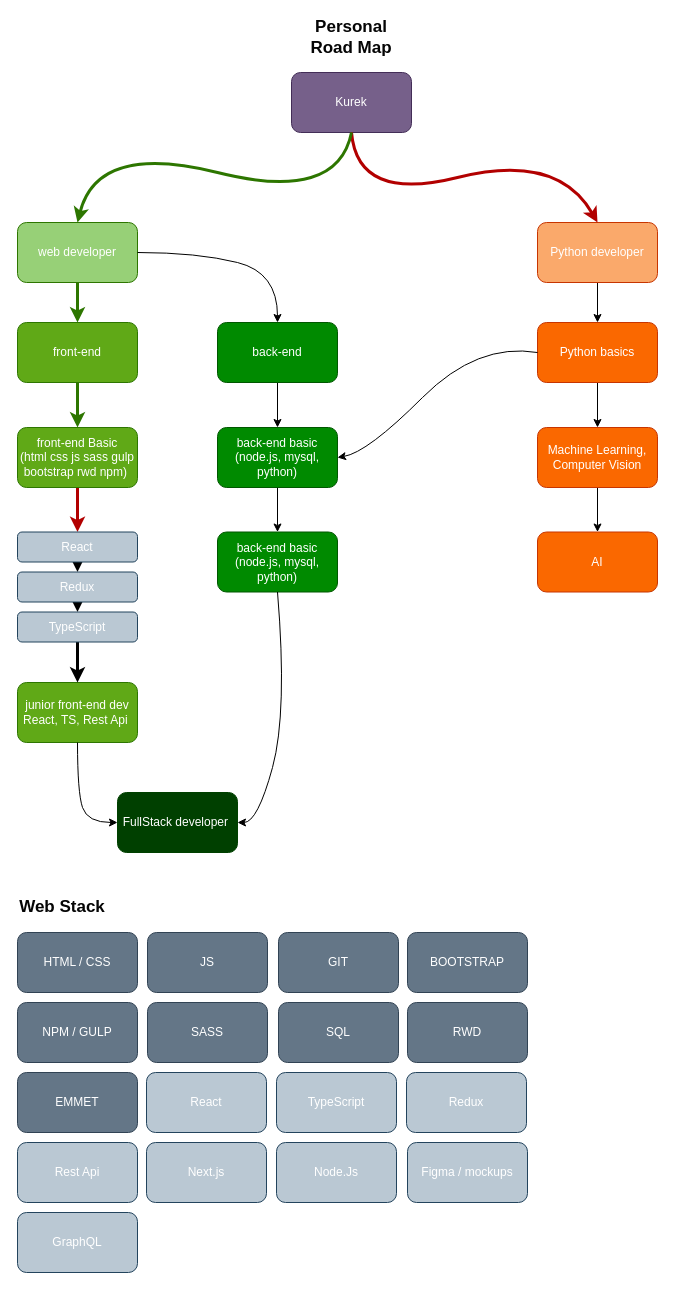
Earlier version of the draw.io diagram Diagram bez tytułu.drawio (TheKureq/TheKureq). Source tidied: cells renumbered, new cells numbered last; positions are measured from the earlier drawing's top-left corner, leaving out a move shared by most shapes. Both pictures are drawn from the tidied source at 100%, with x=0, y=0 at pixel (17, 22).
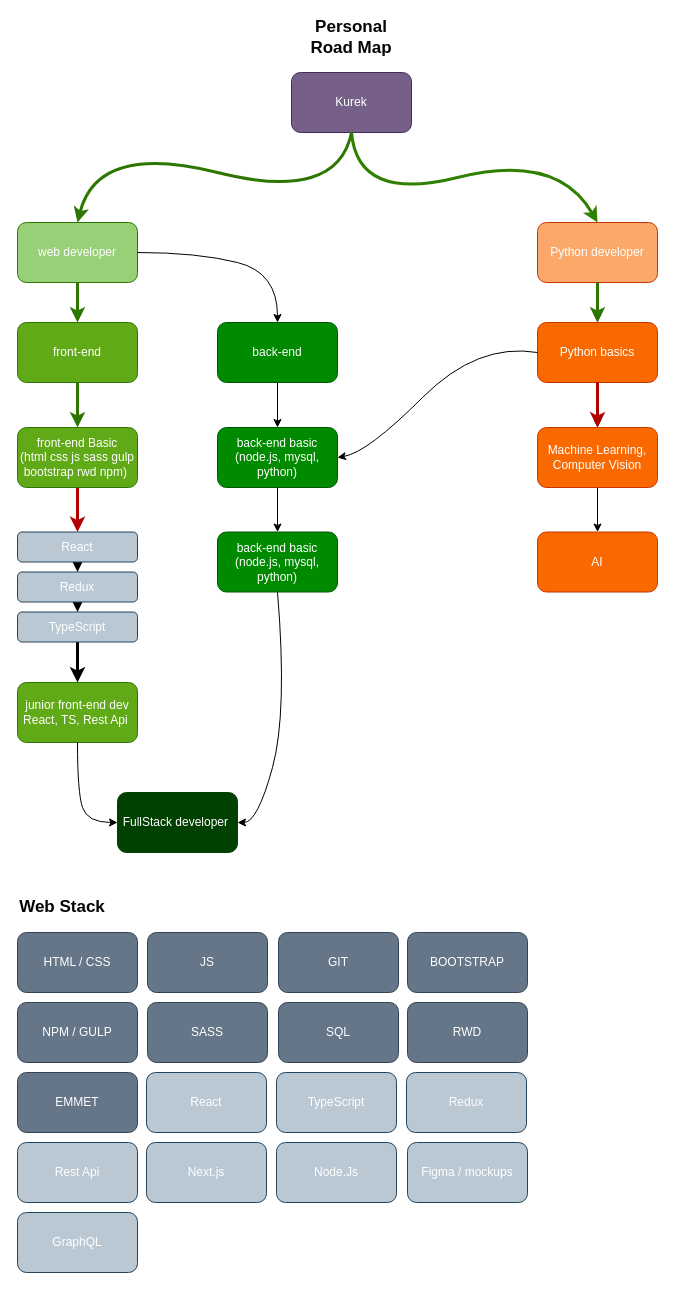
After the change.

The change refers to these unchanged cells:
```xml
<mxCell id="2" value="Kurek" style="rounded=1;whiteSpace=wrap;html=1;fillColor=#76608a;strokeColor=#432D57;fontColor=#ffffff;" parent="1" vertex="1">
  <mxGeometry x="274" y="50" width="120" height="60" as="geometry" />
</mxCell>
<mxCell id="6" value="Python developer" style="rounded=1;whiteSpace=wrap;html=1;fillColor=#FAA96B;strokeColor=#C73500;fontColor=#FFFFFF;" parent="1" vertex="1">
  <mxGeometry x="520" y="200" width="120" height="60" as="geometry" />
</mxCell>
<mxCell id="13" value="Python basics" style="rounded=1;whiteSpace=wrap;html=1;fillColor=#fa6800;fontColor=#FFFFFF;strokeColor=#C73500;" parent="1" vertex="1">
  <mxGeometry x="520" y="300" width="120" height="60" as="geometry" />
</mxCell>
<mxCell id="26" value="Machine Learning,&lt;br&gt;Computer Vision" style="rounded=1;whiteSpace=wrap;html=1;fillColor=#fa6800;fontColor=#FFFFFF;strokeColor=#C73500;" parent="1" vertex="1">
  <mxGeometry x="520" y="405" width="120" height="60" as="geometry" />
</mxCell>
```

Diff of the diagram source:
```diff
@@
-    <mxCell id="5" style="edgeStyle=orthogonalEdgeStyle;rounded=0;jettySize=auto;html=1;" parent="1" edge="1" source="6" target="13">
+    <mxCell id="5" style="edgeStyle=orthogonalEdgeStyle;rounded=0;jettySize=auto;html=1;strokeColor=#318500;" parent="1" edge="1" source="6" target="13">
       <mxGeometry relative="1" as="geometry" />
     </mxCell>
@@
-    <mxCell id="7" style="curved=1;endArrow=classic;html=1;rounded=0;exitX=0.5;exitY=1;exitDx=0;exitDy=0;entryX=0.5;entryY=0;entryDx=0;entryDy=0;fillColor=#e51400;strokeColor=#B20000;strokeWidth=3;" parent="1" edge="1" source="2" target="6">
+    <mxCell id="7" style="curved=1;endArrow=classic;html=1;rounded=0;exitX=0.5;exitY=1;exitDx=0;exitDy=0;entryX=0.5;entryY=0;entryDx=0;entryDy=0;fillColor=#97D077;strokeColor=#2F8000;strokeWidth=3;" parent="1" edge="1" source="2" target="6">
       <mxGeometry relative="1" as="geometry">
         <Array as="points">
           <mxPoint x="340" y="180" />
           <mxPoint x="540" y="130" />
         </Array>
       </mxGeometry>
     </mxCell>
@@
+    <mxCell id="54" style="edgeStyle=orthogonalEdgeStyle;rounded=0;jettySize=auto;html=1;strokeWidth=3;fillColor=#60a917;strokeColor=#2D7600;entryX=0.5;entryY=0;entryDx=0;entryDy=0;exitX=0.5;exitY=1;exitDx=0;exitDy=0;" parent="1" edge="1" source="6" target="13">
+      <mxGeometry relative="1" as="geometry" />
+    </mxCell>
+    <mxCell id="55" style="edgeStyle=orthogonalEdgeStyle;rounded=0;jettySize=auto;html=1;exitX=0.5;exitY=1;exitDx=0;exitDy=0;strokeWidth=3;fontSize=17;fontColor=#FFFFFF;strokeColor=#B20000;fillColor=#e51400;entryX=0.5;entryY=0;entryDx=0;entryDy=0;" parent="1" edge="1" source="13" target="26">
+      <mxGeometry relative="1" as="geometry" />
+    </mxCell>
```
